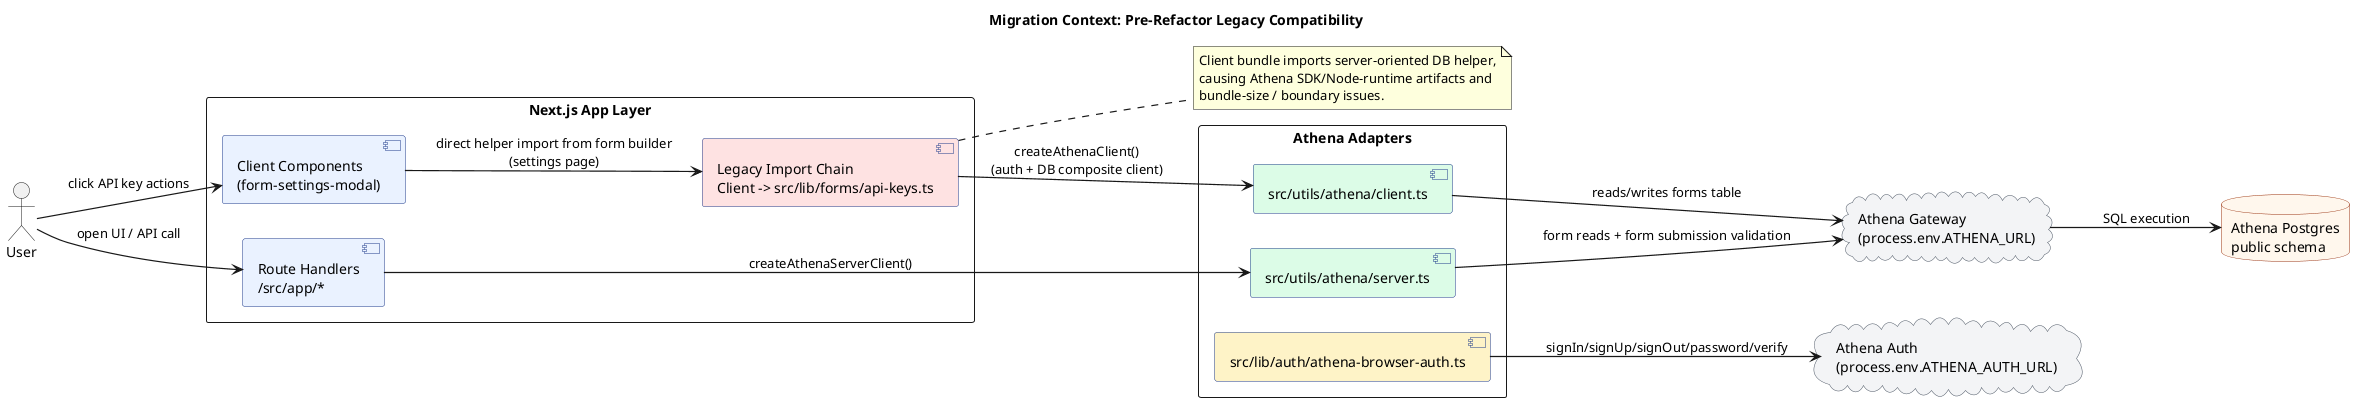
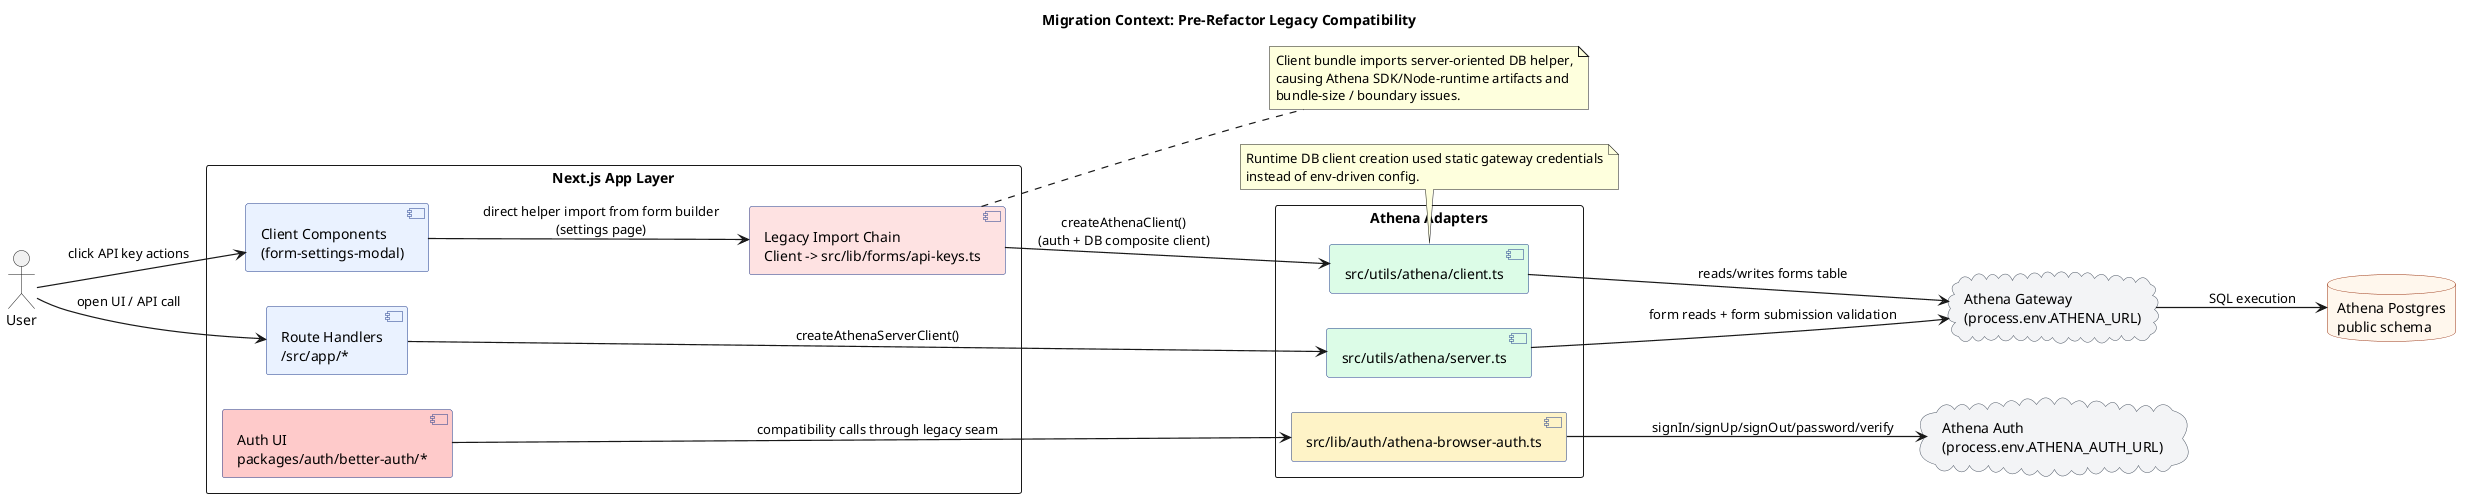
@startuml
skinparam backgroundColor White
skinparam defaultTextColor Black
skinparam titleFontStyle bold
skinparam arrowThickness 1.2

title Migration Context: Pre-Refactor Legacy Compatibility

skinparam component {
  BackgroundColor #EAF2FF
  BorderColor #1E3A8A
  FontColor Black
}
skinparam cloud {
  BackgroundColor #F3F4F6
  BorderColor #4B5563
  FontColor Black
}
skinparam database {
  BackgroundColor #FFF7ED
  BorderColor #9A3412
  FontColor Black
}

left to right direction

actor User as U

rectangle "Next.js App Layer" as Next {
  component "Route Handlers\n/src/app/*" as Routes
  component "Client Components\n(form-settings-modal)" as Client
  component "Legacy Import Chain\nClient -> src/lib/forms/api-keys.ts" as ClientCompat #FEE2E2
+   component "Auth UI\npackages/auth/better-auth/*" as LegacyAuth #FECACA
}

rectangle "Athena Adapters" as AthLayer {
  component "src/utils/athena/client.ts" as AthClient #DCFCE7
  component "src/utils/athena/server.ts" as AthServer #DCFCE7
  component "src/lib/auth/athena-browser-auth.ts" as AuthCompat #FEF3C7
}

cloud "Athena Gateway\n(process.env.ATHENA_URL)" as Gateway
cloud "Athena Auth\n(process.env.ATHENA_AUTH_URL)" as AthenaAuth

database "Athena Postgres\npublic schema" as DB

U --> Routes : open UI / API call
Routes --> AthServer : createAthenaServerClient()
U --> Client : click API key actions
Client --> ClientCompat : direct helper import from form builder\n(settings page)
ClientCompat --> AthClient : createAthenaClient()\n(auth + DB composite client)
+ LegacyAuth --> AuthCompat : compatibility calls through legacy seam
AthClient --> Gateway : reads/writes forms table
AuthCompat --> AthenaAuth : signIn/signUp/signOut/password/verify
AthServer --> Gateway : form reads + form submission validation
Gateway --> DB : SQL execution

note right of ClientCompat
  Client bundle imports server-oriented DB helper,
  causing Athena SDK/Node-runtime artifacts and
  bundle-size / boundary issues.
end note
+ 
+ note bottom of AthClient
+   Runtime DB client creation used static gateway credentials
+   instead of env-driven config.
+ end note
@enduml
